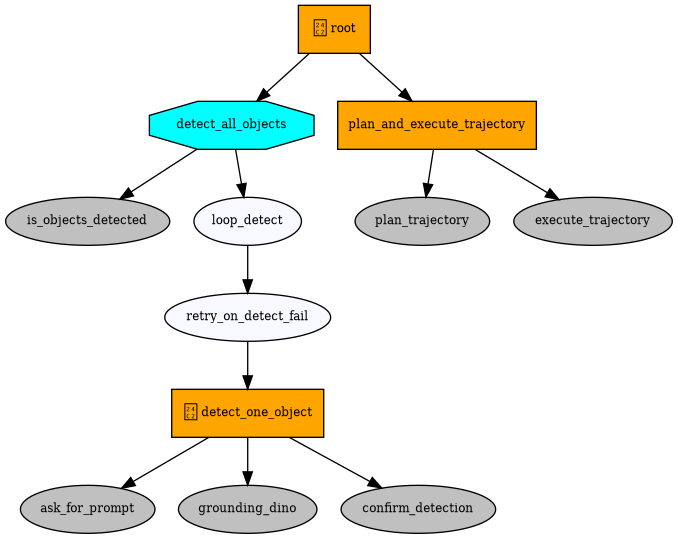
toyat522/anypick_dk keeps this Graphviz diagram as examples/root.png. Above is the earlier version. Its source is kept beside it as examples/root.dot. Its diagram source:
```dot
digraph pastafarianism {
ordering=out;
graph [fontname="times-roman"];
node [fontname="times-roman"];
edge [fontname="times-roman"];
root [label="Ⓜ root", shape=box, style=filled, fillcolor=orange, fontsize=9, fontcolor=black];
detect_all_objects [label="detect_all_objects", shape=octagon, style=filled, fillcolor=cyan, fontsize=9, fontcolor=black];
root -> detect_all_objects;
is_objects_detected [label="is_objects_detected", shape=ellipse, style=filled, fillcolor=gray, fontsize=9, fontcolor=black];
detect_all_objects -> is_objects_detected;
loop_detect [label="loop_detect", shape=ellipse, style=filled, fillcolor=ghostwhite, fontsize=9, fontcolor=black];
detect_all_objects -> loop_detect;
retry_on_detect_fail [label="retry_on_detect_fail", shape=ellipse, style=filled, fillcolor=ghostwhite, fontsize=9, fontcolor=black];
loop_detect -> retry_on_detect_fail;
detect_one_object [label="Ⓜ detect_one_object", shape=box, style=filled, fillcolor=orange, fontsize=9, fontcolor=black];
retry_on_detect_fail -> detect_one_object;
ask_for_prompt [label="ask_for_prompt", shape=ellipse, style=filled, fillcolor=gray, fontsize=9, fontcolor=black];
detect_one_object -> ask_for_prompt;
grounding_dino [label="grounding_dino", shape=ellipse, style=filled, fillcolor=gray, fontsize=9, fontcolor=black];
detect_one_object -> grounding_dino;
confirm_detection [label="confirm_detection", shape=ellipse, style=filled, fillcolor=gray, fontsize=9, fontcolor=black];
detect_one_object -> confirm_detection;
plan_and_execute_trajectory [label="plan_and_execute_trajectory", shape=box, style=filled, fillcolor=orange, fontsize=9, fontcolor=black];
root -> plan_and_execute_trajectory;
plan_trajectory [label="plan_trajectory", shape=ellipse, style=filled, fillcolor=gray, fontsize=9, fontcolor=black];
plan_and_execute_trajectory -> plan_trajectory;
execute_trajectory [label="execute_trajectory", shape=ellipse, style=filled, fillcolor=gray, fontsize=9, fontcolor=black];
plan_and_execute_trajectory -> execute_trajectory;
}
```
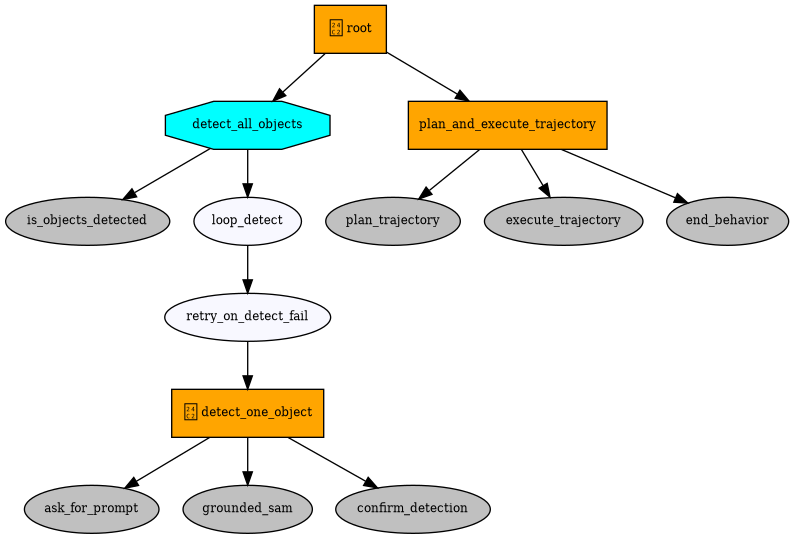
Above is the later version.

Commit message:
added scaffolding for behavior tree integration

Diff of the diagram source:
```diff
@@ -16,8 +16,8 @@
 retry_on_detect_fail -> detect_one_object;
 ask_for_prompt [label="ask_for_prompt", shape=ellipse, style=filled, fillcolor=gray, fontsize=9, fontcolor=black];
 detect_one_object -> ask_for_prompt;
-grounding_dino [label="grounding_dino", shape=ellipse, style=filled, fillcolor=gray, fontsize=9, fontcolor=black];
-detect_one_object -> grounding_dino;
+grounded_sam [label="grounded_sam", shape=ellipse, style=filled, fillcolor=gray, fontsize=9, fontcolor=black];
+detect_one_object -> grounded_sam;
 confirm_detection [label="confirm_detection", shape=ellipse, style=filled, fillcolor=gray, fontsize=9, fontcolor=black];
 detect_one_object -> confirm_detection;
 plan_and_execute_trajectory [label="plan_and_execute_trajectory", shape=box, style=filled, fillcolor=orange, fontsize=9, fontcolor=black];
@@ -26,4 +26,6 @@
 plan_and_execute_trajectory -> plan_trajectory;
 execute_trajectory [label="execute_trajectory", shape=ellipse, style=filled, fillcolor=gray, fontsize=9, fontcolor=black];
 plan_and_execute_trajectory -> execute_trajectory;
+end_behavior [label="end_behavior", shape=ellipse, style=filled, fillcolor=gray, fontsize=9, fontcolor=black];
+plan_and_execute_trajectory -> end_behavior;
 }
```
